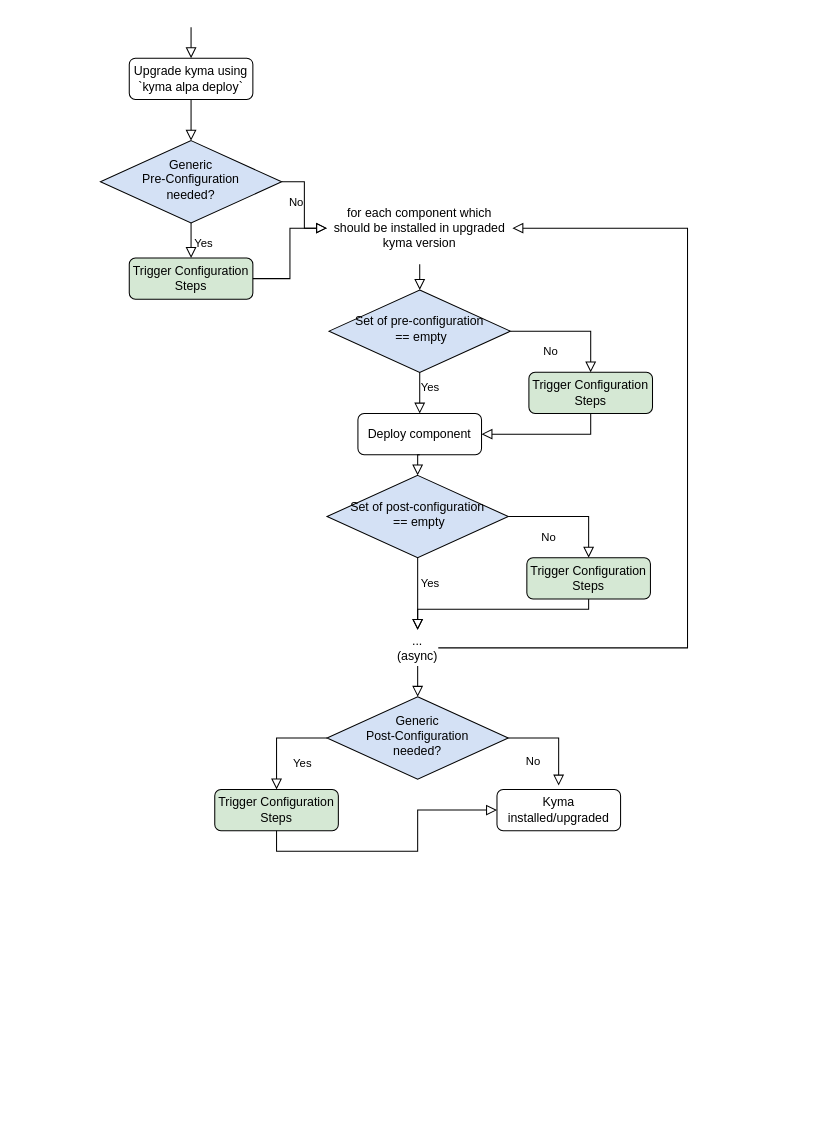
Earlier version of the draw.io diagram internal/proposals/migration-hooks/migration-logic-diagram.drawio (kyma-project/community). Source tidied: cells renumbered, new cells numbered last; positions are measured from the earlier drawing's top-left corner, leaving out a move shared by most shapes. Both pictures are drawn from the tidied source at 103%, with x=0, y=0 at pixel (100, 27).
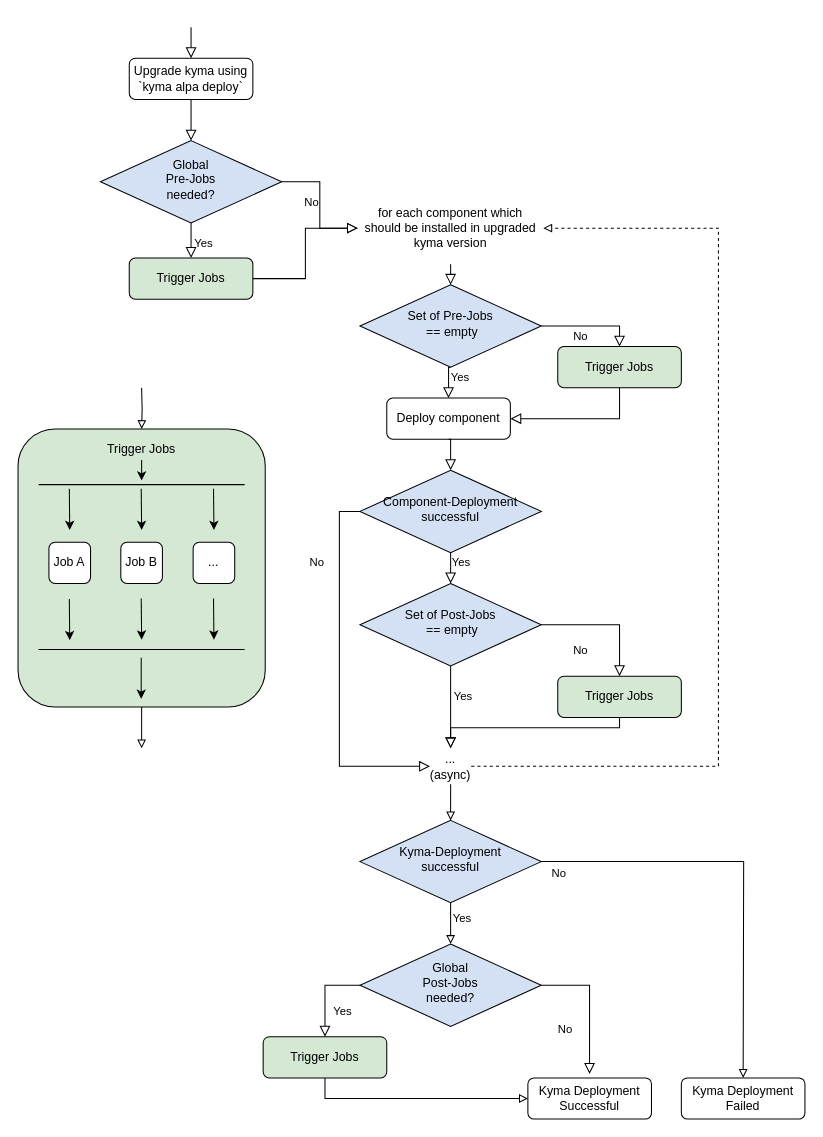
Above is the later version.

Commit message (it also covers changes not shown here):
New Strcuture diagram

The edit, as a diff of the source:
```diff
@@
-    <mxCell id="3" value="Generic&lt;br&gt;Pre-Configuration&lt;br&gt;needed?" style="rhombus;whiteSpace=wrap;html=1;shadow=0;fontFamily=Helvetica;fontSize=12;align=center;strokeWidth=1;spacing=6;spacingTop=-4;fillColor=#D4E1F5;" parent="1" vertex="1">
+    <mxCell id="3" value="Global&lt;br&gt;Pre-Jobs&lt;br&gt;needed?" style="rhombus;whiteSpace=wrap;html=1;shadow=0;fontFamily=Helvetica;fontSize=12;align=center;strokeWidth=1;spacing=6;spacingTop=-4;fillColor=#D4E1F5;" parent="1" vertex="1">
       <mxGeometry y="110" width="176" height="80" as="geometry" />
     </mxCell>
@@
-    <mxCell id="5" value="Trigger Configuration Steps" style="rounded=1;whiteSpace=wrap;html=1;fontSize=12;glass=0;strokeWidth=1;shadow=0;fillColor=#D5E8D4;" parent="1" vertex="1">
+    <mxCell id="5" value="Trigger Jobs" style="rounded=1;whiteSpace=wrap;html=1;fontSize=12;glass=0;strokeWidth=1;shadow=0;fillColor=#D5E8D4;" parent="1" vertex="1">
       <mxGeometry x="28" y="224" width="120" height="40" as="geometry" />
     </mxCell>
@@
     <mxCell id="8" value="for each component which should be installed in upgraded kyma version" style="text;html=1;strokeColor=none;fillColor=none;align=center;verticalAlign=middle;whiteSpace=wrap;rounded=0;" parent="1" vertex="1">
-      <mxGeometry x="220" y="160" width="180" height="70" as="geometry" />
+      <mxGeometry x="250" y="160" width="180" height="70" as="geometry" />
     </mxCell>
-    <mxCell id="9" value="Set of pre-configuration&lt;br&gt;&amp;nbsp;== empty" style="rhombus;whiteSpace=wrap;html=1;shadow=0;fontFamily=Helvetica;fontSize=12;align=center;strokeWidth=1;spacing=6;spacingTop=-4;fillColor=#D4E1F5;" parent="1" vertex="1">
-      <mxGeometry x="222" y="255" width="176" height="80" as="geometry" />
+    <mxCell id="9" value="Set of Pre-Jobs&lt;br&gt;&amp;nbsp;== empty" style="rhombus;whiteSpace=wrap;html=1;shadow=0;fontFamily=Helvetica;fontSize=12;align=center;strokeWidth=1;spacing=6;spacingTop=-4;fillColor=#D4E1F5;" parent="1" vertex="1">
+      <mxGeometry x="252" y="250" width="176" height="80" as="geometry" />
     </mxCell>
-    <mxCell id="10" value="Trigger Configuration Steps" style="rounded=1;whiteSpace=wrap;html=1;fontSize=12;glass=0;strokeWidth=1;shadow=0;fillColor=#D5E8D4;" parent="1" vertex="1">
-      <mxGeometry x="416" y="335" width="120" height="40" as="geometry" />
+    <mxCell id="10" value="Trigger Jobs" style="rounded=1;whiteSpace=wrap;html=1;fontSize=12;glass=0;strokeWidth=1;shadow=0;fillColor=#D5E8D4;" parent="1" vertex="1">
+      <mxGeometry x="444" y="310" width="120" height="40" as="geometry" />
     </mxCell>
     <mxCell id="11" value="Yes" style="rounded=0;html=1;jettySize=auto;fontSize=11;endArrow=block;endFill=0;endSize=8;strokeWidth=1;shadow=0;labelBackgroundColor=none;edgeStyle=orthogonalEdgeStyle;exitX=0.5;exitY=1;exitDx=0;exitDy=0;entryX=0.5;entryY=0;entryDx=0;entryDy=0;" parent="1" edge="1" source="9" target="14">
-      <mxGeometry y="40" as="geometry">
+      <mxGeometry x="30" y="75" as="geometry">
         <mxPoint x="10" y="-5" as="offset" />
       </mxGeometry>
     </mxCell>
     <mxCell id="12" value="No" style="rounded=0;html=1;jettySize=auto;fontSize=11;endArrow=block;endFill=0;endSize=8;strokeWidth=1;shadow=0;labelBackgroundColor=none;edgeStyle=orthogonalEdgeStyle;exitX=1;exitY=0.5;exitDx=0;exitDy=0;entryX=0.5;entryY=0;entryDx=0;entryDy=0;" parent="1" edge="1" source="9" target="10">
-      <mxGeometry x="394" y="80" as="geometry" />
+      <mxGeometry x="424" y="115" as="geometry" />
     </mxCell>
     <mxCell id="13" style="rounded=0;html=1;jettySize=auto;fontSize=11;endArrow=block;endFill=0;endSize=8;strokeWidth=1;shadow=0;labelBackgroundColor=none;edgeStyle=orthogonalEdgeStyle;exitX=0.5;exitY=1;exitDx=0;exitDy=0;entryX=0.5;entryY=0;entryDx=0;entryDy=0;" parent="1" edge="1" source="8" target="9">
-      <mxGeometry x="394" y="80" as="geometry" />
+      <mxGeometry x="424" y="80" as="geometry" />
     </mxCell>
     <mxCell id="14" value="Deploy component" style="rounded=1;whiteSpace=wrap;html=1;fontSize=12;glass=0;strokeWidth=1;shadow=0;" parent="1" vertex="1">
-      <mxGeometry x="250" y="375" width="120" height="40" as="geometry" />
+      <mxGeometry x="278" y="360" width="120" height="40" as="geometry" />
     </mxCell>
-    <mxCell id="15" value="Set of post-configuration&lt;br&gt;&amp;nbsp;== empty" style="rhombus;whiteSpace=wrap;html=1;shadow=0;fontFamily=Helvetica;fontSize=12;align=center;strokeWidth=1;spacing=6;spacingTop=-4;fillColor=#D4E1F5;" parent="1" vertex="1">
-      <mxGeometry x="220" y="435" width="176" height="80" as="geometry" />
+    <mxCell id="15" value="Set of Post-Jobs&lt;br&gt;&amp;nbsp;== empty" style="rhombus;whiteSpace=wrap;html=1;shadow=0;fontFamily=Helvetica;fontSize=12;align=center;strokeWidth=1;spacing=6;spacingTop=-4;fillColor=#D4E1F5;" parent="1" vertex="1">
+      <mxGeometry x="252" y="540" width="176" height="80" as="geometry" />
     </mxCell>
-    <mxCell id="16" value="Trigger Configuration Steps" style="rounded=1;whiteSpace=wrap;html=1;fontSize=12;glass=0;strokeWidth=1;shadow=0;fillColor=#D5E8D4;" parent="1" vertex="1">
-      <mxGeometry x="414" y="515" width="120" height="40" as="geometry" />
+    <mxCell id="16" value="Trigger Jobs" style="rounded=1;whiteSpace=wrap;html=1;fontSize=12;glass=0;strokeWidth=1;shadow=0;fillColor=#D5E8D4;" parent="1" vertex="1">
+      <mxGeometry x="444" y="630" width="120" height="40" as="geometry" />
     </mxCell>
     <mxCell id="17" value="No" style="rounded=0;html=1;jettySize=auto;fontSize=11;endArrow=block;endFill=0;endSize=8;strokeWidth=1;shadow=0;labelBackgroundColor=none;edgeStyle=orthogonalEdgeStyle;exitX=1;exitY=0.5;exitDx=0;exitDy=0;entryX=0.5;entryY=0;entryDx=0;entryDy=0;" parent="1" edge="1" source="15" target="16">
-      <mxGeometry x="394" y="80" as="geometry" />
+      <mxGeometry x="424" y="165" as="geometry" />
     </mxCell>
-    <mxCell id="18" style="rounded=0;html=1;jettySize=auto;fontSize=11;endArrow=block;endFill=0;endSize=8;strokeWidth=1;shadow=0;labelBackgroundColor=none;edgeStyle=orthogonalEdgeStyle;exitX=0.5;exitY=1;exitDx=0;exitDy=0;entryX=0.5;entryY=0;entryDx=0;entryDy=0;" parent="1" edge="1" source="14" target="15">
-      <mxGeometry x="394" y="80" as="geometry" />
+    <mxCell id="18" style="rounded=0;html=1;jettySize=auto;fontSize=11;endArrow=block;endFill=0;endSize=8;strokeWidth=1;shadow=0;labelBackgroundColor=none;edgeStyle=orthogonalEdgeStyle;exitX=0.5;exitY=1;exitDx=0;exitDy=0;entryX=0.5;entryY=0;entryDx=0;entryDy=0;" parent="1" edge="1" source="14" target="34">
+      <mxGeometry x="424" y="115" as="geometry" />
     </mxCell>
     <mxCell id="19" value="Yes" style="rounded=0;html=1;jettySize=auto;fontSize=11;endArrow=block;endFill=0;endSize=8;strokeWidth=1;shadow=0;labelBackgroundColor=none;edgeStyle=orthogonalEdgeStyle;exitX=0.5;exitY=1;exitDx=0;exitDy=0;entryX=0.5;entryY=0;entryDx=0;entryDy=0;" parent="1" edge="1" source="15" target="22">
-      <mxGeometry y="40" as="geometry">
+      <mxGeometry x="30" y="125" as="geometry">
         <mxPoint x="12" y="-10" as="offset" />
       </mxGeometry>
     </mxCell>
-    <mxCell id="20" style="rounded=0;html=1;jettySize=auto;fontSize=11;endArrow=block;endFill=0;endSize=8;strokeWidth=1;shadow=0;labelBackgroundColor=none;edgeStyle=orthogonalEdgeStyle;exitX=0.5;exitY=1;exitDx=0;exitDy=0;entryX=0.5;entryY=0;entryDx=0;entryDy=0;" parent="1" edge="1" source="16" target="22">
-      <mxGeometry x="394" y="80" as="geometry">
-        <Array as="points">
-          <mxPoint x="474" y="565" />
-          <mxPoint x="308" y="565" />
-        </Array>
-      </mxGeometry>
-    </mxCell>
     <mxCell id="21" style="rounded=0;html=1;jettySize=auto;fontSize=11;endArrow=block;endFill=0;endSize=8;strokeWidth=1;shadow=0;labelBackgroundColor=none;edgeStyle=orthogonalEdgeStyle;entryX=1;entryY=0.5;entryDx=0;entryDy=0;exitX=0.5;exitY=1;exitDx=0;exitDy=0;" parent="1" edge="1" source="10" target="14">
-      <mxGeometry x="394" y="80" as="geometry" />
+      <mxGeometry x="424" y="115" as="geometry" />
     </mxCell>
+    <mxCell id="32" style="edgeStyle=orthogonalEdgeStyle;rounded=0;jettySize=auto;html=1;exitX=1;exitY=0.5;exitDx=0;exitDy=0;entryX=1;entryY=0.5;entryDx=0;entryDy=0;endArrow=block;endFill=0;dashed=1;" parent="1" edge="1" source="22" target="8">
+      <mxGeometry relative="1" as="geometry">
+        <Array as="points">
+          <mxPoint x="600" y="718" />
+          <mxPoint x="600" y="195" />
+        </Array>
+      </mxGeometry>
+    </mxCell>
+    <mxCell id="33" style="edgeStyle=orthogonalEdgeStyle;rounded=0;jettySize=auto;html=1;exitX=0.5;exitY=1;exitDx=0;exitDy=0;endArrow=block;endFill=0;" parent="1" edge="1" source="22" target="41">
+      <mxGeometry relative="1" as="geometry" />
+    </mxCell>
     <mxCell id="22" value="...&lt;br&gt;(async)" style="text;html=1;strokeColor=none;fillColor=none;align=center;verticalAlign=middle;whiteSpace=wrap;rounded=0;" parent="1" vertex="1">
-      <mxGeometry x="288" y="585" width="40" height="35" as="geometry" />
+      <mxGeometry x="320" y="700" width="40" height="35" as="geometry" />
     </mxCell>
-    <mxCell id="23" style="rounded=0;html=1;jettySize=auto;fontSize=11;endArrow=block;endFill=0;endSize=8;strokeWidth=1;shadow=0;labelBackgroundColor=none;edgeStyle=orthogonalEdgeStyle;entryX=0.5;entryY=0;entryDx=0;entryDy=0;exitX=0.5;exitY=1;exitDx=0;exitDy=0;" parent="1" edge="1" source="22" target="24">
-      <mxGeometry x="394" y="80" as="geometry" />
-    </mxCell>
-    <mxCell id="24" value="Generic &lt;br&gt;Post-Configuration&lt;br&gt;needed?" style="rhombus;whiteSpace=wrap;html=1;shadow=0;fontFamily=Helvetica;fontSize=12;align=center;strokeWidth=1;spacing=6;spacingTop=-4;fillColor=#D4E1F5;" parent="1" vertex="1">
-      <mxGeometry x="220" y="650" width="176" height="80" as="geometry" />
+    <mxCell id="24" value="Global&lt;br&gt;Post-Jobs&lt;br&gt;needed?" style="rhombus;whiteSpace=wrap;html=1;shadow=0;fontFamily=Helvetica;fontSize=12;align=center;strokeWidth=1;spacing=6;spacingTop=-4;fillColor=#D4E1F5;" parent="1" vertex="1">
+      <mxGeometry x="252" y="890" width="176" height="80" as="geometry" />
     </mxCell>
+    <mxCell id="28" style="edgeStyle=orthogonalEdgeStyle;rounded=0;jettySize=auto;html=1;exitX=0.5;exitY=1;exitDx=0;exitDy=0;entryX=0;entryY=0.5;entryDx=0;entryDy=0;endArrow=block;endFill=0;" parent="1" edge="1" source="25" target="27">
+      <mxGeometry relative="1" as="geometry" />
+    </mxCell>
-    <mxCell id="25" value="Trigger Configuration Steps" style="rounded=1;whiteSpace=wrap;html=1;fontSize=12;glass=0;strokeWidth=1;shadow=0;fillColor=#D5E8D4;" parent="1" vertex="1">
-      <mxGeometry x="111" y="740" width="120" height="40" as="geometry" />
+    <mxCell id="25" value="Trigger Jobs" style="rounded=1;whiteSpace=wrap;html=1;fontSize=12;glass=0;strokeWidth=1;shadow=0;fillColor=#D5E8D4;" parent="1" vertex="1">
+      <mxGeometry x="158" y="980" width="120" height="40" as="geometry" />
     </mxCell>
     <mxCell id="26" value="Yes" style="rounded=0;html=1;jettySize=auto;fontSize=11;endArrow=block;endFill=0;endSize=8;strokeWidth=1;shadow=0;labelBackgroundColor=none;edgeStyle=orthogonalEdgeStyle;exitX=0;exitY=0.5;exitDx=0;exitDy=0;entryX=0.5;entryY=0;entryDx=0;entryDy=0;" parent="1" edge="1" source="24" target="25">
-      <mxGeometry x="394" y="80" as="geometry" />
+      <mxGeometry x="394" y="320" as="geometry" />
     </mxCell>
-    <mxCell id="27" value="Kyma installed/upgraded" style="rounded=1;whiteSpace=wrap;html=1;fontSize=12;glass=0;strokeWidth=1;shadow=0;" parent="1" vertex="1">
-      <mxGeometry x="385" y="740" width="120" height="40" as="geometry" />
+    <mxCell id="27" value="Kyma Deployment Successful" style="rounded=1;whiteSpace=wrap;html=1;fontSize=12;glass=0;strokeWidth=1;shadow=0;" parent="1" vertex="1">
+      <mxGeometry x="415" y="1020" width="120" height="40" as="geometry" />
     </mxCell>
-    <mxCell id="28" style="rounded=0;html=1;jettySize=auto;fontSize=11;endArrow=block;endFill=0;endSize=8;strokeWidth=1;shadow=0;labelBackgroundColor=none;edgeStyle=orthogonalEdgeStyle;exitX=0.5;exitY=1;exitDx=0;exitDy=0;entryX=0;entryY=0.5;entryDx=0;entryDy=0;" parent="1" edge="1" source="25" target="27">
-      <mxGeometry x="394" y="80" as="geometry">
-        <Array as="points">
-          <mxPoint x="171" y="800" />
-          <mxPoint x="308" y="800" />
-          <mxPoint x="308" y="760" />
-        </Array>
-      </mxGeometry>
-    </mxCell>
@@
     <mxCell id="30" value="No" style="rounded=0;html=1;jettySize=auto;fontSize=11;endArrow=block;endFill=0;endSize=8;strokeWidth=1;shadow=0;labelBackgroundColor=none;edgeStyle=orthogonalEdgeStyle;entryX=0.499;entryY=-0.096;entryDx=0;entryDy=0;exitX=1;exitY=0.5;exitDx=0;exitDy=0;entryPerimeter=0;" parent="1" edge="1" source="24" target="27">
-      <mxGeometry x="404" y="90" as="geometry" />
+      <mxGeometry x="434" y="330" as="geometry" />
     </mxCell>
@@
-    <mxCell id="32" style="rounded=0;html=1;jettySize=auto;fontSize=11;endArrow=block;endFill=0;endSize=8;strokeWidth=1;shadow=0;labelBackgroundColor=none;edgeStyle=orthogonalEdgeStyle;exitX=1;exitY=0.5;exitDx=0;exitDy=0;entryX=1;entryY=0.5;entryDx=0;entryDy=0;" parent="1" edge="1" source="22" target="8">
-      <mxGeometry x="404" y="90" as="geometry">
-        <Array as="points">
-          <mxPoint x="570" y="603" />
-          <mxPoint x="570" y="195" />
-        </Array>
-      </mxGeometry>
-    </mxCell>
+    <mxCell id="34" value="Component-Deployment successful" style="rhombus;whiteSpace=wrap;html=1;shadow=0;fontFamily=Helvetica;fontSize=12;align=center;strokeWidth=1;spacing=6;spacingTop=-4;fillColor=#D4E1F5;" parent="1" vertex="1">
+      <mxGeometry x="252" y="430" width="176" height="80" as="geometry" />
+    </mxCell>
+    <mxCell id="20" style="rounded=0;html=1;jettySize=auto;fontSize=11;endArrow=block;endFill=0;endSize=8;strokeWidth=1;shadow=0;labelBackgroundColor=none;edgeStyle=orthogonalEdgeStyle;exitX=0.5;exitY=1;exitDx=0;exitDy=0;entryX=0.5;entryY=0;entryDx=0;entryDy=0;" parent="1" edge="1" source="16" target="22">
+      <mxGeometry x="434" y="175" as="geometry">
+        <Array as="points">
+          <mxPoint x="504" y="680" />
+          <mxPoint x="340" y="680" />
+        </Array>
+      </mxGeometry>
+    </mxCell>
+    <mxCell id="35" value="Yes" style="rounded=0;html=1;jettySize=auto;fontSize=11;endArrow=block;endFill=0;endSize=8;strokeWidth=1;shadow=0;labelBackgroundColor=none;edgeStyle=orthogonalEdgeStyle;exitX=0.5;exitY=1;exitDx=0;exitDy=0;" parent="1" edge="1" source="34">
+      <mxGeometry x="30" as="geometry">
+        <mxPoint x="340" y="540" as="targetPoint" />
+        <mxPoint x="10" y="-5" as="offset" />
+      </mxGeometry>
+    </mxCell>
+    <mxCell id="36" value="No" style="rounded=0;html=1;jettySize=auto;fontSize=11;endArrow=block;endFill=0;endSize=8;strokeWidth=1;shadow=0;labelBackgroundColor=none;edgeStyle=orthogonalEdgeStyle;exitX=0;exitY=0.5;exitDx=0;exitDy=0;entryX=0;entryY=0.5;entryDx=0;entryDy=0;" parent="1" edge="1" source="34" target="22">
+      <mxGeometry as="geometry">
+        <mxPoint x="-76" y="-74" as="offset" />
+      </mxGeometry>
+    </mxCell>
+    <mxCell id="37" style="edgeStyle=orthogonalEdgeStyle;rounded=0;jettySize=auto;html=1;exitX=0.5;exitY=1;exitDx=0;exitDy=0;endArrow=block;endFill=0;" parent="1" edge="1" source="41" target="24">
+      <mxGeometry relative="1" as="geometry" />
+    </mxCell>
+    <mxCell id="38" value="Yes" style="edgeLabel;html=1;align=center;verticalAlign=middle;" parent="37" vertex="1">
+      <mxGeometry x="-0.29" relative="1" as="geometry">
+        <mxPoint x="10" as="offset" />
+      </mxGeometry>
+    </mxCell>
+    <mxCell id="39" style="edgeStyle=orthogonalEdgeStyle;rounded=0;jettySize=auto;html=1;exitX=1;exitY=0.5;exitDx=0;exitDy=0;endArrow=block;endFill=0;" parent="1" edge="1" source="41">
+      <mxGeometry relative="1" as="geometry">
+        <mxPoint x="624" y="1020" as="targetPoint" />
+      </mxGeometry>
+    </mxCell>
+    <mxCell id="40" value="No" style="edgeLabel;html=1;align=center;verticalAlign=middle;" parent="39" vertex="1">
+      <mxGeometry x="-0.36" relative="1" as="geometry">
+        <mxPoint x="-114" y="10" as="offset" />
+      </mxGeometry>
+    </mxCell>
+    <mxCell id="41" value="Kyma-Deployment&lt;br&gt;successful" style="rhombus;whiteSpace=wrap;html=1;shadow=0;fontFamily=Helvetica;fontSize=12;align=center;strokeWidth=1;spacing=6;spacingTop=-4;fillColor=#D4E1F5;" parent="1" vertex="1">
+      <mxGeometry x="252" y="770" width="176" height="80" as="geometry" />
+    </mxCell>
+    <mxCell id="42" value="Kyma Deployment Failed" style="rounded=1;whiteSpace=wrap;html=1;fontSize=12;glass=0;strokeWidth=1;shadow=0;" parent="1" vertex="1">
+      <mxGeometry x="564" y="1020" width="120" height="40" as="geometry" />
+    </mxCell>
+    <mxCell id="43" style="rounded=1;whiteSpace=wrap;html=1;fillColor=#d5e8d4;" parent="1" vertex="1">
+      <mxGeometry x="-80" y="390" width="240" height="270" as="geometry" />
+    </mxCell>
+    <mxCell id="44" style="edgeStyle=orthogonalEdgeStyle;rounded=0;jettySize=auto;html=1;endArrow=block;endFill=0;entryX=0.5;entryY=0;entryDx=0;entryDy=0;" parent="1" edge="1" target="43">
+      <mxGeometry relative="1" as="geometry">
+        <mxPoint x="40" y="350" as="sourcePoint" />
+      </mxGeometry>
+    </mxCell>
+    <mxCell id="45" style="edgeStyle=orthogonalEdgeStyle;rounded=0;jettySize=auto;html=1;endArrow=block;endFill=0;exitX=0.5;exitY=1;exitDx=0;exitDy=0;" parent="1" edge="1" source="43">
+      <mxGeometry relative="1" as="geometry">
+        <mxPoint x="40" y="700" as="targetPoint" />
+      </mxGeometry>
+    </mxCell>
+    <mxCell id="46" style="endArrow=classic;html=1;" parent="1" edge="1">
+      <mxGeometry relative="1" as="geometry">
+        <mxPoint x="40" y="420" as="sourcePoint" />
+        <mxPoint x="40" y="440" as="targetPoint" />
+      </mxGeometry>
+    </mxCell>
+    <mxCell id="47" style="html=1;endArrow=none;endFill=0;strokeColor=none;strokeWidth=3;" parent="1" edge="1">
+      <mxGeometry relative="1" as="geometry">
+        <mxPoint x="540" y="560" as="sourcePoint" />
+        <mxPoint x="640" y="560" as="targetPoint" />
+      </mxGeometry>
+    </mxCell>
+    <mxCell id="48" style="line;strokeWidth=1;fillColor=none;align=left;verticalAlign=middle;spacingTop=-1;spacingLeft=3;spacingRight=3;labelPosition=right;" parent="1" vertex="1">
+      <mxGeometry x="-60" y="440" width="200" height="8" as="geometry" />
+    </mxCell>
+    <mxCell id="49" style="line;strokeWidth=1;fillColor=none;align=left;verticalAlign=middle;spacingTop=-1;spacingLeft=3;spacingRight=3;labelPosition=right;" parent="1" vertex="1">
+      <mxGeometry x="-60" y="600" width="200" height="8" as="geometry" />
+    </mxCell>
+    <mxCell id="50" style="endArrow=classic;html=1;" parent="1" edge="1">
+      <mxGeometry relative="1" as="geometry">
+        <mxPoint x="39.6" y="612" as="sourcePoint" />
+        <mxPoint x="39.6" y="652" as="targetPoint" />
+      </mxGeometry>
+    </mxCell>
+    <mxCell id="51" value="Job A" style="rounded=1;whiteSpace=wrap;html=1;strokeColor=#000000;" parent="1" vertex="1">
+      <mxGeometry x="-50" y="500" width="40.4" height="40" as="geometry" />
+    </mxCell>
+    <mxCell id="52" value="Job B" style="rounded=1;whiteSpace=wrap;html=1;strokeColor=#000000;" parent="1" vertex="1">
+      <mxGeometry x="19.8" y="500" width="40.4" height="40" as="geometry" />
+    </mxCell>
+    <mxCell id="53" value="..." style="rounded=1;whiteSpace=wrap;html=1;strokeColor=#000000;" parent="1" vertex="1">
+      <mxGeometry x="90" y="500" width="40.4" height="40" as="geometry" />
+    </mxCell>
+    <mxCell id="54" style="endArrow=classic;html=1;" parent="1" edge="1">
+      <mxGeometry relative="1" as="geometry">
+        <mxPoint x="-30.2" y="448" as="sourcePoint" />
+        <mxPoint x="-29.8" y="488" as="targetPoint" />
+      </mxGeometry>
+    </mxCell>
+    <mxCell id="55" style="endArrow=classic;html=1;" parent="1" edge="1">
+      <mxGeometry relative="1" as="geometry">
+        <mxPoint x="39.6" y="448" as="sourcePoint" />
+        <mxPoint x="40" y="488" as="targetPoint" />
+      </mxGeometry>
+    </mxCell>
+    <mxCell id="56" style="endArrow=classic;html=1;" parent="1" edge="1">
+      <mxGeometry relative="1" as="geometry">
+        <mxPoint x="109.8" y="448" as="sourcePoint" />
+        <mxPoint x="110.2" y="488" as="targetPoint" />
+      </mxGeometry>
+    </mxCell>
+    <mxCell id="57" style="endArrow=classic;html=1;" parent="1" edge="1">
+      <mxGeometry relative="1" as="geometry">
+        <mxPoint x="-30.2" y="555" as="sourcePoint" />
+        <mxPoint x="-29.8" y="595" as="targetPoint" />
+      </mxGeometry>
+    </mxCell>
+    <mxCell id="58" style="endArrow=classic;html=1;" parent="1" edge="1">
+      <mxGeometry relative="1" as="geometry">
+        <mxPoint x="39.6" y="554.5" as="sourcePoint" />
+        <mxPoint x="40" y="594.5" as="targetPoint" />
+      </mxGeometry>
+    </mxCell>
+    <mxCell id="59" style="endArrow=classic;html=1;" parent="1" edge="1">
+      <mxGeometry relative="1" as="geometry">
+        <mxPoint x="109.8" y="554.5" as="sourcePoint" />
+        <mxPoint x="110.2" y="594.5" as="targetPoint" />
+      </mxGeometry>
+    </mxCell>
+    <mxCell id="60" value="Trigger Jobs" style="text;html=1;strokeColor=none;fillColor=none;align=center;verticalAlign=middle;whiteSpace=wrap;rounded=0;" parent="1" vertex="1">
+      <mxGeometry x="-10" y="400" width="100" height="20" as="geometry" />
+    </mxCell>
```
